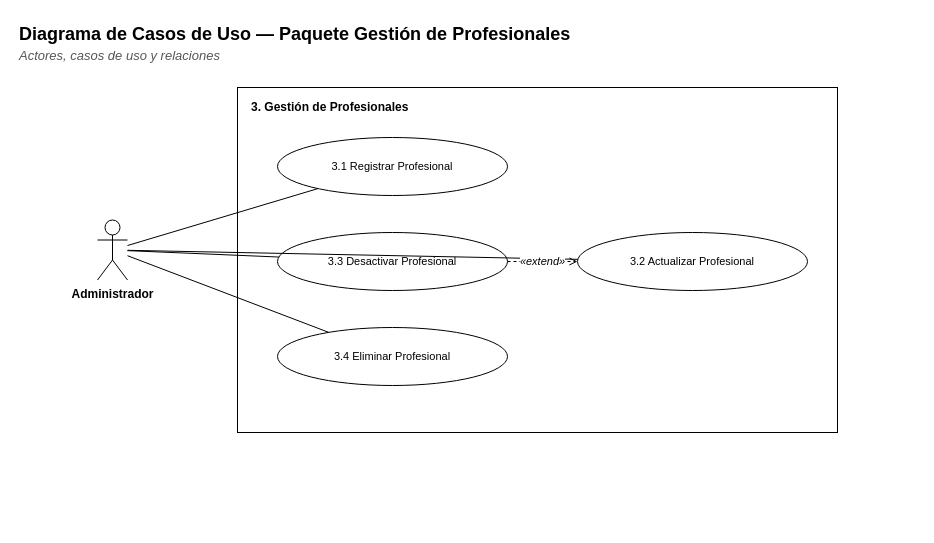
Earlier version of the draw.io diagram docs/diagramas/paquete-profesionales-casos.drawio (Matiglorioso/kineturnos). Source tidied: cells renumbered, new cells numbered last; positions are measured from the earlier drawing's top-left corner, leaving out a move shared by most shapes. Both pictures are drawn from the tidied source at 100%, with x=0, y=0 at pixel (17, 17).
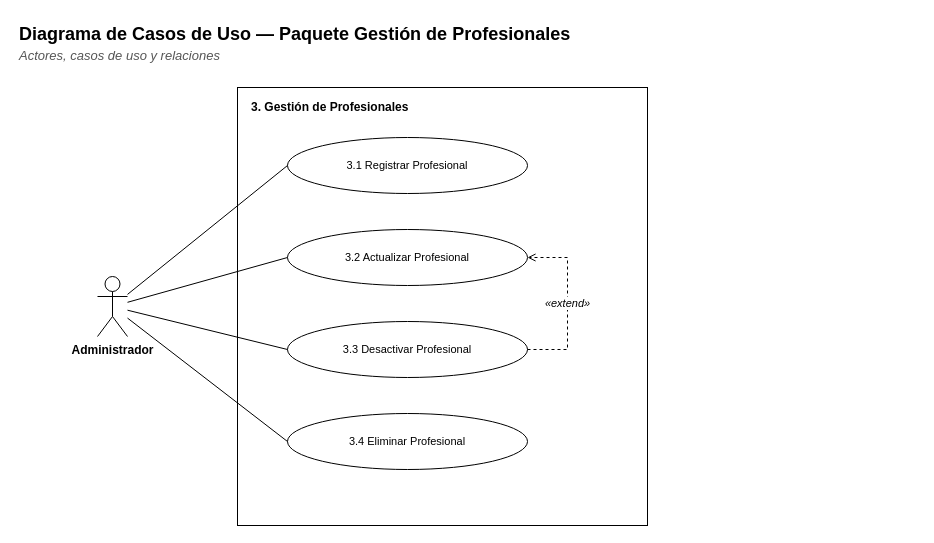
The same page after the edit.

What changed in the source:
```diff
@@
 <mxGraphModel background="#FFFFFF">
   <root>
     <mxCell id="0" />
     <mxCell id="1" parent="0" />
     <mxCell id="2" value="&lt;b&gt;Diagrama de Casos de Uso — Paquete Gestión de Profesionales&lt;/b&gt;" style="text;html=1;strokeColor=none;fillColor=none;align=left;verticalAlign=top;whiteSpace=wrap;fontFamily=Helvetica;fontSize=18;" parent="1" vertex="1">
       <mxGeometry width="900" height="26" as="geometry" />
     </mxCell>
     <mxCell id="3" value="&lt;i&gt;Actores, casos de uso y relaciones&lt;/i&gt;" style="text;html=1;strokeColor=none;fillColor=none;align=left;verticalAlign=top;whiteSpace=wrap;fontFamily=Helvetica;fontSize=13;fontColor=#555555;" parent="1" vertex="1">
       <mxGeometry y="24" width="900" height="20" as="geometry" />
     </mxCell>
     <mxCell id="4" style="rounded=0;whiteSpace=wrap;html=1;fillColor=#FFFFFF;strokeColor=#000000;fontFamily=Helvetica;fontSize=12;verticalAlign=top;" parent="1" vertex="1">
-      <mxGeometry x="220" y="70" width="600" height="345" as="geometry" />
+      <mxGeometry x="220" y="70" width="410" height="438" as="geometry" />
     </mxCell>
     <mxCell id="5" value="&lt;b&gt;3. Gestión de Profesionales&lt;/b&gt;" style="text;html=1;strokeColor=none;fillColor=none;align=left;verticalAlign=top;whiteSpace=wrap;fontFamily=Helvetica;fontSize=12;" parent="1" vertex="1">
-      <mxGeometry x="232" y="76" width="580" height="20" as="geometry" />
+      <mxGeometry x="232" y="76" width="390" height="20" as="geometry" />
     </mxCell>
     <mxCell id="6" value="3.1 Registrar Profesional" style="ellipse;whiteSpace=wrap;html=1;fillColor=#FFFFFF;strokeColor=#000000;fontFamily=Helvetica;fontSize=11;" parent="1" vertex="1">
-      <mxGeometry x="260" y="120" width="230" height="58" as="geometry" />
+      <mxGeometry x="270" y="120" width="240" height="56" as="geometry" />
     </mxCell>
-    <mxCell id="7" value="3.3 Desactivar Profesional" style="ellipse;whiteSpace=wrap;html=1;fillColor=#FFFFFF;strokeColor=#000000;fontFamily=Helvetica;fontSize=11;" parent="1" vertex="1">
-      <mxGeometry x="260" y="215" width="230" height="58" as="geometry" />
+    <mxCell id="7" value="3.2 Actualizar Profesional" style="ellipse;whiteSpace=wrap;html=1;fillColor=#FFFFFF;strokeColor=#000000;fontFamily=Helvetica;fontSize=11;" parent="1" vertex="1">
+      <mxGeometry x="270" y="212" width="240" height="56" as="geometry" />
     </mxCell>
-    <mxCell id="8" value="3.4 Eliminar Profesional" style="ellipse;whiteSpace=wrap;html=1;fillColor=#FFFFFF;strokeColor=#000000;fontFamily=Helvetica;fontSize=11;" parent="1" vertex="1">
-      <mxGeometry x="260" y="310" width="230" height="58" as="geometry" />
+    <mxCell id="8" value="3.3 Desactivar Profesional" style="ellipse;whiteSpace=wrap;html=1;fillColor=#FFFFFF;strokeColor=#000000;fontFamily=Helvetica;fontSize=11;" parent="1" vertex="1">
+      <mxGeometry x="270" y="304" width="240" height="56" as="geometry" />
     </mxCell>
-    <mxCell id="9" value="3.2 Actualizar Profesional" style="ellipse;whiteSpace=wrap;html=1;fillColor=#FFFFFF;strokeColor=#000000;fontFamily=Helvetica;fontSize=11;" parent="1" vertex="1">
-      <mxGeometry x="560" y="215" width="230" height="58" as="geometry" />
+    <mxCell id="9" value="3.4 Eliminar Profesional" style="ellipse;whiteSpace=wrap;html=1;fillColor=#FFFFFF;strokeColor=#000000;fontFamily=Helvetica;fontSize=11;" parent="1" vertex="1">
+      <mxGeometry x="270" y="396" width="240" height="56" as="geometry" />
     </mxCell>
     <mxCell id="10" value="Administrador" style="shape=umlActor;verticalLabelPosition=bottom;verticalAlign=top;html=1;outlineConnect=0;fillColor=#FFFFFF;strokeColor=#000000;fontFamily=Helvetica;fontSize=12;fontStyle=1;" parent="1" vertex="1">
-      <mxGeometry x="80" y="202.5" width="30" height="60" as="geometry" />
+      <mxGeometry x="80" y="259" width="30" height="60" as="geometry" />
     </mxCell>
-    <mxCell id="11" style="edgeStyle=none;html=1;endArrow=none;endFill=0;strokeColor=#000000;fontFamily=Helvetica;fontSize=11;labelBackgroundColor=#FFFFFF;" parent="1" edge="1" source="10" target="6">
+    <mxCell id="11" style="edgeStyle=none;html=1;endArrow=none;endFill=0;strokeColor=#000000;fontFamily=Helvetica;fontSize=11;labelBackgroundColor=#FFFFFF;entryX=0;entryY=0.5;entryDx=0;entryDy=0;" parent="1" edge="1" source="10" target="6">
       <mxGeometry relative="1" as="geometry" />
     </mxCell>
-    <mxCell id="12" style="edgeStyle=none;html=1;endArrow=none;endFill=0;strokeColor=#000000;fontFamily=Helvetica;fontSize=11;labelBackgroundColor=#FFFFFF;" parent="1" edge="1" source="10" target="9">
+    <mxCell id="12" style="edgeStyle=none;html=1;endArrow=none;endFill=0;strokeColor=#000000;fontFamily=Helvetica;fontSize=11;labelBackgroundColor=#FFFFFF;entryX=0;entryY=0.5;entryDx=0;entryDy=0;" parent="1" edge="1" source="10" target="7">
       <mxGeometry relative="1" as="geometry" />
     </mxCell>
-    <mxCell id="13" style="edgeStyle=none;html=1;endArrow=none;endFill=0;strokeColor=#000000;fontFamily=Helvetica;fontSize=11;labelBackgroundColor=#FFFFFF;" parent="1" edge="1" source="10" target="7">
+    <mxCell id="13" style="edgeStyle=none;html=1;endArrow=none;endFill=0;strokeColor=#000000;fontFamily=Helvetica;fontSize=11;labelBackgroundColor=#FFFFFF;entryX=0;entryY=0.5;entryDx=0;entryDy=0;" parent="1" edge="1" source="10" target="8">
       <mxGeometry relative="1" as="geometry" />
     </mxCell>
-    <mxCell id="14" style="edgeStyle=none;html=1;endArrow=none;endFill=0;strokeColor=#000000;fontFamily=Helvetica;fontSize=11;labelBackgroundColor=#FFFFFF;" parent="1" edge="1" source="10" target="8">
+    <mxCell id="14" style="edgeStyle=none;html=1;endArrow=none;endFill=0;strokeColor=#000000;fontFamily=Helvetica;fontSize=11;labelBackgroundColor=#FFFFFF;entryX=0;entryY=0.5;entryDx=0;entryDy=0;" parent="1" edge="1" source="10" target="9">
       <mxGeometry relative="1" as="geometry" />
     </mxCell>
-    <mxCell id="15" value="«extend»" style="edgeStyle=none;html=1;endArrow=open;endFill=0;strokeColor=#000000;fontFamily=Helvetica;fontSize=11;labelBackgroundColor=#FFFFFF;dashed=1;fontStyle=2;" parent="1" edge="1" source="7" target="9">
-      <mxGeometry relative="1" as="geometry" />
+    <mxCell id="15" value="«extend»" style="edgeStyle=orthogonalEdgeStyle;rounded=0;html=1;endArrow=open;startArrow=none;endFill=0;startFill=0;strokeColor=#000000;fontFamily=Helvetica;fontSize=11;fontStyle=2;labelBackgroundColor=#FFFFFF;dashed=1;exitX=1;exitY=0.5;exitDx=0;exitDy=0;entryX=1;entryY=0.5;entryDx=0;entryDy=0;" parent="1" edge="1" source="8" target="7">
+      <mxGeometry relative="1" as="geometry">
+        <Array as="points">
+          <mxPoint x="550" y="332" />
+          <mxPoint x="550" y="240" />
+        </Array>
+      </mxGeometry>
     </mxCell>
   </root>
 </mxGraphModel>
```
